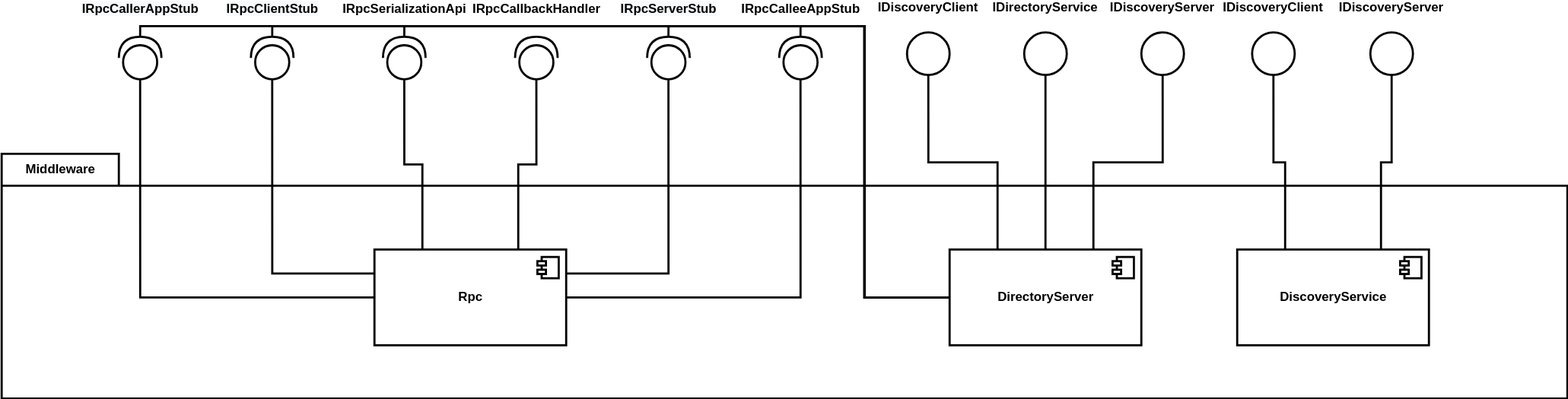
Above: docs/middleware/diagrams/MiddlewareComponentDiagram.drawio.svg in HaniAlshikh/tron (draw.io), before the change. Source tidied: cells renumbered, new cells last; positions are measured from the earlier drawing's top-left corner, leaving out a move shared by most shapes.
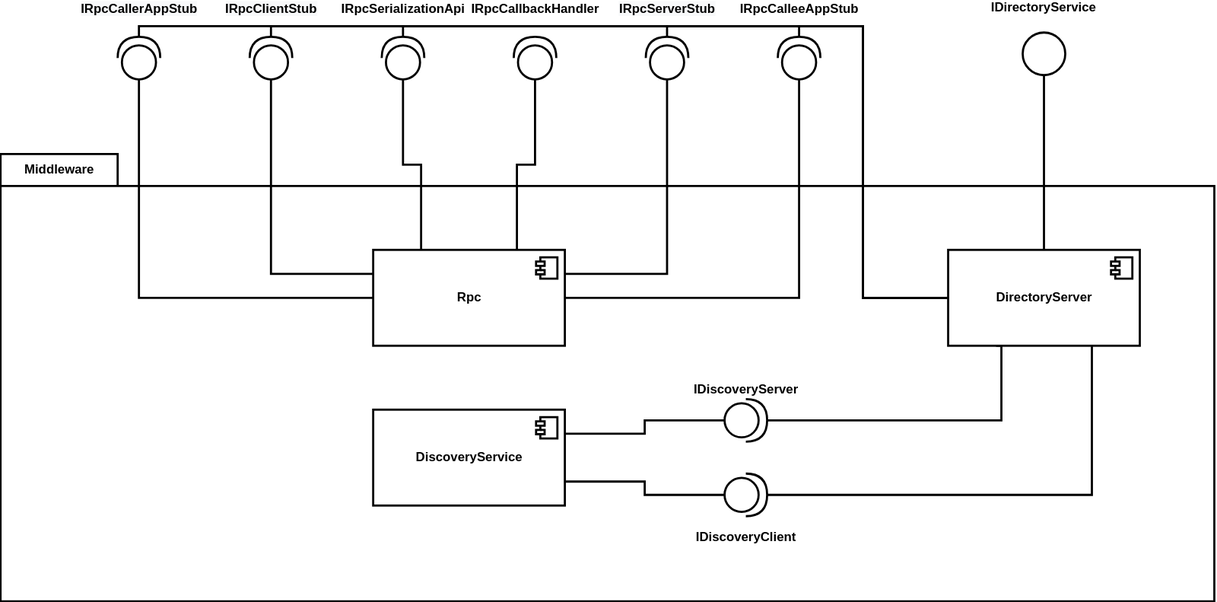
The same diagram one commit later.

Change to the diagram source:
```diff
@@ -3,7 +3,7 @@
     <mxCell id="0" />
     <mxCell id="1" parent="0" />
     <mxCell id="2" value="Middleware" style="shape=folder;fontStyle=1;tabWidth=110;tabHeight=30;tabPosition=left;html=1;boundedLbl=1;labelInHeader=1;strokeWidth=2;rounded=0;" parent="1" vertex="1">
-      <mxGeometry y="120" width="1470" height="230" as="geometry" />
+      <mxGeometry y="120" width="1140" height="420" as="geometry" />
     </mxCell>
     <mxCell id="3" value="&lt;b&gt;Rpc&lt;/b&gt;" style="html=1;strokeWidth=2;align=center;verticalAlign=middle;rounded=0;" parent="2" vertex="1">
       <mxGeometry x="350" y="90" width="180" height="90" as="geometry" />
@@ -13,6 +13,21 @@
         <mxPoint x="-27" y="7" as="offset" />
       </mxGeometry>
     </mxCell>
+    <mxCell id="36" style="edgeStyle=orthogonalEdgeStyle;shape=connector;rounded=0;html=1;labelBackgroundColor=default;fontFamily=Helvetica;fontSize=11;fontColor=default;endArrow=none;endFill=0;strokeColor=default;strokeWidth=2;exitX=0.75;exitY=1;exitDx=0;exitDy=0;" parent="2" edge="1" source="5" target="41">
+      <mxGeometry relative="1" as="geometry">
+        <Array as="points">
+          <mxPoint x="1025" y="320" />
+        </Array>
+      </mxGeometry>
+    </mxCell>
+    <mxCell id="37" style="edgeStyle=orthogonalEdgeStyle;shape=connector;rounded=0;html=1;labelBackgroundColor=default;fontFamily=Helvetica;fontSize=11;fontColor=default;endArrow=none;endFill=0;strokeColor=default;strokeWidth=2;exitX=0.25;exitY=1;exitDx=0;exitDy=0;" parent="2" edge="1" source="5" target="40">
+      <mxGeometry relative="1" as="geometry">
+        <Array as="points">
+          <mxPoint x="940" y="180" />
+          <mxPoint x="940" y="250" />
+        </Array>
+      </mxGeometry>
+    </mxCell>
     <mxCell id="5" value="&lt;b&gt;DirectoryServer&lt;/b&gt;" style="html=1;strokeWidth=2;align=center;verticalAlign=middle;rounded=0;" parent="2" vertex="1">
       <mxGeometry x="890" y="90" width="180" height="90" as="geometry" />
     </mxCell>
@@ -21,24 +36,12 @@
         <mxPoint x="-27" y="7" as="offset" />
       </mxGeometry>
     </mxCell>
-    <mxCell id="7" value="&lt;b&gt;IDiscoveryClient&lt;/b&gt;" style="ellipse;whiteSpace=wrap;html=1;strokeWidth=2;labelPosition=center;verticalLabelPosition=top;align=center;verticalAlign=top;spacing=5;rounded=0;" parent="2" vertex="1">
-      <mxGeometry x="850" y="-114" width="40" height="40" as="geometry" />
-    </mxCell>
-    <mxCell id="8" style="edgeStyle=orthogonalEdgeStyle;rounded=0;html=1;entryX=0.5;entryY=1;entryDx=0;entryDy=0;endArrow=none;endFill=0;strokeWidth=2;exitX=0.25;exitY=0;exitDx=0;exitDy=0;" parent="2" edge="1" source="5" target="7">
-      <mxGeometry relative="1" as="geometry" />
-    </mxCell>
     <mxCell id="9" value="&lt;b&gt;IDirectoryService&lt;/b&gt;" style="ellipse;whiteSpace=wrap;html=1;strokeWidth=2;labelPosition=center;verticalLabelPosition=top;align=center;verticalAlign=top;spacing=5;rounded=0;" parent="2" vertex="1">
       <mxGeometry x="960" y="-114" width="40" height="40" as="geometry" />
     </mxCell>
     <mxCell id="10" style="edgeStyle=orthogonalEdgeStyle;shape=connector;rounded=0;html=1;labelBackgroundColor=default;fontFamily=Helvetica;fontSize=11;fontColor=default;endArrow=none;endFill=0;strokeColor=default;strokeWidth=2;" parent="2" edge="1" source="5" target="9">
       <mxGeometry relative="1" as="geometry" />
     </mxCell>
-    <mxCell id="11" value="&lt;b&gt;IDiscoveryServer&lt;/b&gt;" style="ellipse;whiteSpace=wrap;html=1;strokeWidth=2;labelPosition=center;verticalLabelPosition=top;align=center;verticalAlign=top;spacing=5;rounded=0;" parent="2" vertex="1">
-      <mxGeometry x="1070" y="-114" width="40" height="40" as="geometry" />
-    </mxCell>
-    <mxCell id="12" style="edgeStyle=orthogonalEdgeStyle;shape=connector;rounded=0;html=1;entryX=0.5;entryY=1;entryDx=0;entryDy=0;labelBackgroundColor=default;fontFamily=Helvetica;fontSize=11;fontColor=default;endArrow=none;endFill=0;strokeColor=default;strokeWidth=2;exitX=0.75;exitY=0;exitDx=0;exitDy=0;" parent="2" edge="1" source="5" target="11">
-      <mxGeometry relative="1" as="geometry" />
-    </mxCell>
     <mxCell id="13" value="&lt;b&gt;IRpcCalleeAppStub&lt;/b&gt;" style="shape=providedRequiredInterface;html=1;verticalLabelPosition=middle;strokeWidth=2;rotation=90;horizontal=0;labelPosition=left;align=center;verticalAlign=top;direction=west;rounded=0;" parent="2" vertex="1">
       <mxGeometry x="730" y="-110" width="40" height="40" as="geometry" />
     </mxCell>
@@ -118,31 +121,31 @@
         </Array>
       </mxGeometry>
     </mxCell>
+    <mxCell id="38" style="edgeStyle=orthogonalEdgeStyle;shape=connector;rounded=0;html=1;labelBackgroundColor=default;fontFamily=Helvetica;fontSize=11;fontColor=default;endArrow=none;endFill=0;strokeColor=default;strokeWidth=2;exitX=1;exitY=0.25;exitDx=0;exitDy=0;" parent="2" edge="1" source="28" target="40">
+      <mxGeometry relative="1" as="geometry" />
+    </mxCell>
+    <mxCell id="39" style="edgeStyle=orthogonalEdgeStyle;shape=connector;rounded=0;html=1;labelBackgroundColor=default;fontFamily=Helvetica;fontSize=11;fontColor=default;endArrow=none;endFill=0;strokeColor=default;strokeWidth=2;exitX=1;exitY=0.75;exitDx=0;exitDy=0;" parent="2" edge="1" source="28" target="41">
+      <mxGeometry relative="1" as="geometry" />
+    </mxCell>
     <mxCell id="28" value="&lt;b&gt;DiscoveryService&lt;/b&gt;" style="html=1;strokeWidth=2;align=center;verticalAlign=middle;rounded=0;" parent="2" vertex="1">
-      <mxGeometry x="1160" y="90" width="180" height="90" as="geometry" />
+      <mxGeometry x="350" y="240" width="180" height="90" as="geometry" />
     </mxCell>
     <mxCell id="29" style="shape=module;jettyWidth=8;jettyHeight=4;strokeWidth=2;align=center;verticalAlign=middle;rounded=0;" parent="28" vertex="1">
       <mxGeometry x="1" width="20" height="20" relative="1" as="geometry">
         <mxPoint x="-27" y="7" as="offset" />
       </mxGeometry>
     </mxCell>
+    <mxCell id="40" value="&lt;b&gt;IDiscoveryServer&lt;/b&gt;" style="shape=providedRequiredInterface;html=1;verticalLabelPosition=top;sketch=0;rounded=0;fontFamily=Helvetica;fontSize=12;fontColor=default;strokeColor=default;strokeWidth=2;fillColor=default;labelPosition=center;align=center;verticalAlign=bottom;" parent="2" vertex="1">
+      <mxGeometry x="680" y="230" width="40" height="40" as="geometry" />
+    </mxCell>
+    <mxCell id="41" value="&lt;b&gt;IDiscoveryClient&lt;/b&gt;" style="shape=providedRequiredInterface;html=1;verticalLabelPosition=bottom;sketch=0;rounded=0;fontFamily=Helvetica;fontSize=12;fontColor=default;strokeColor=default;strokeWidth=2;fillColor=default;" parent="2" vertex="1">
+      <mxGeometry x="680" y="300" width="40" height="40" as="geometry" />
+    </mxCell>
     <mxCell id="30" value="&lt;b&gt;IRpcCallbackHandler&lt;/b&gt;" style="shape=providedRequiredInterface;html=1;verticalLabelPosition=middle;strokeWidth=2;rotation=90;horizontal=0;labelPosition=left;align=center;verticalAlign=top;direction=west;rounded=0;" parent="1" vertex="1">
       <mxGeometry x="482" y="10" width="40" height="40" as="geometry" />
     </mxCell>
     <mxCell id="31" style="edgeStyle=orthogonalEdgeStyle;shape=connector;rounded=0;html=1;entryX=0;entryY=0.5;entryDx=0;entryDy=0;entryPerimeter=0;labelBackgroundColor=default;fontFamily=Helvetica;fontSize=11;fontColor=default;endArrow=none;endFill=0;strokeColor=default;strokeWidth=2;exitX=0.75;exitY=0;exitDx=0;exitDy=0;" parent="1" edge="1" source="3" target="30">
       <mxGeometry relative="1" as="geometry" />
     </mxCell>
-    <mxCell id="32" value="&lt;b&gt;IDiscoveryServer&lt;/b&gt;" style="ellipse;whiteSpace=wrap;html=1;strokeWidth=2;labelPosition=center;verticalLabelPosition=top;align=center;verticalAlign=top;spacing=5;rounded=0;" parent="1" vertex="1">
-      <mxGeometry x="1285" y="6" width="40" height="40" as="geometry" />
-    </mxCell>
-    <mxCell id="33" style="edgeStyle=orthogonalEdgeStyle;shape=connector;rounded=0;html=1;entryX=0.5;entryY=1;entryDx=0;entryDy=0;labelBackgroundColor=default;fontFamily=Helvetica;fontSize=11;fontColor=default;endArrow=none;endFill=0;strokeColor=default;strokeWidth=2;exitX=0.75;exitY=0;exitDx=0;exitDy=0;" parent="1" edge="1" source="28" target="32">
-      <mxGeometry relative="1" as="geometry" />
-    </mxCell>
-    <mxCell id="34" value="&lt;b&gt;IDiscoveryClient&lt;/b&gt;" style="ellipse;whiteSpace=wrap;html=1;strokeWidth=2;labelPosition=center;verticalLabelPosition=top;align=center;verticalAlign=top;spacing=5;rounded=0;" parent="1" vertex="1">
-      <mxGeometry x="1174" y="6" width="40" height="40" as="geometry" />
-    </mxCell>
-    <mxCell id="35" style="edgeStyle=orthogonalEdgeStyle;rounded=0;html=1;entryX=0.5;entryY=1;entryDx=0;entryDy=0;endArrow=none;endFill=0;strokeWidth=2;exitX=0.25;exitY=0;exitDx=0;exitDy=0;" parent="1" edge="1" source="28" target="34">
-      <mxGeometry relative="1" as="geometry" />
-    </mxCell>
   </root>
 </mxGraphModel>
```
